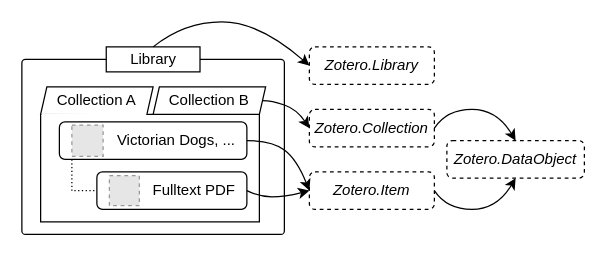
This is data-model-example.drawio from windingwind/doc-for-zotero-plugin-dev, a draw.io file, before an edit. Source tidied: cells renumbered, new cells numbered last; positions are measured from the earlier drawing's top-left corner, leaving out a move shared by most shapes. Both pictures are drawn from the tidied source at 125%, with x=0, y=0 at pixel (21, 21). Pictures stored in the file or linked from it are replaced by grey dashed boxes.
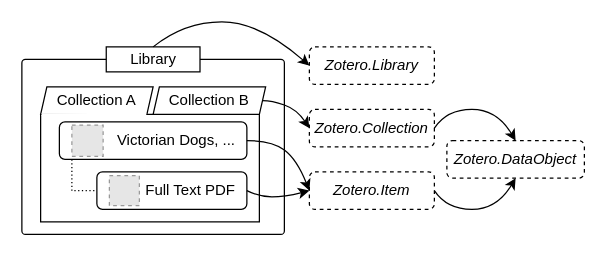
After the change.

What changed in the source:
```diff
@@
-    <mxCell id="4" value="&lt;div style=&quot;&quot;&gt;&lt;span style=&quot;background-color: initial;&quot;&gt;Fulltext PDF&lt;/span&gt;&lt;/div&gt;" style="rounded=1;whiteSpace=wrap;html=1;align=right;spacing=9;" parent="1" vertex="1">
+    <mxCell id="4" value="&lt;div style=&quot;&quot;&gt;&lt;span style=&quot;background-color: initial;&quot;&gt;Full Text PDF&lt;/span&gt;&lt;/div&gt;" style="rounded=1;whiteSpace=wrap;html=1;align=right;spacing=9;" parent="1" vertex="1">
       <mxGeometry x="60" y="120" width="120" height="30" as="geometry" />
     </mxCell>
```
